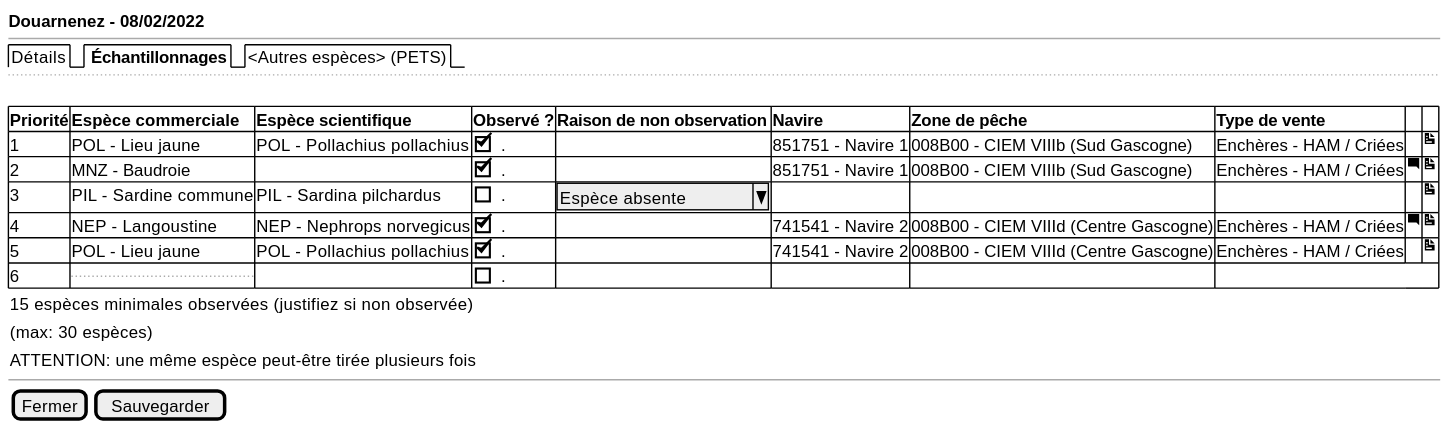
Before: projects/obsvente/spe/images/landings-table.svg, a diagram exported from PlantUML (sumaris-net/sumaris-doc).
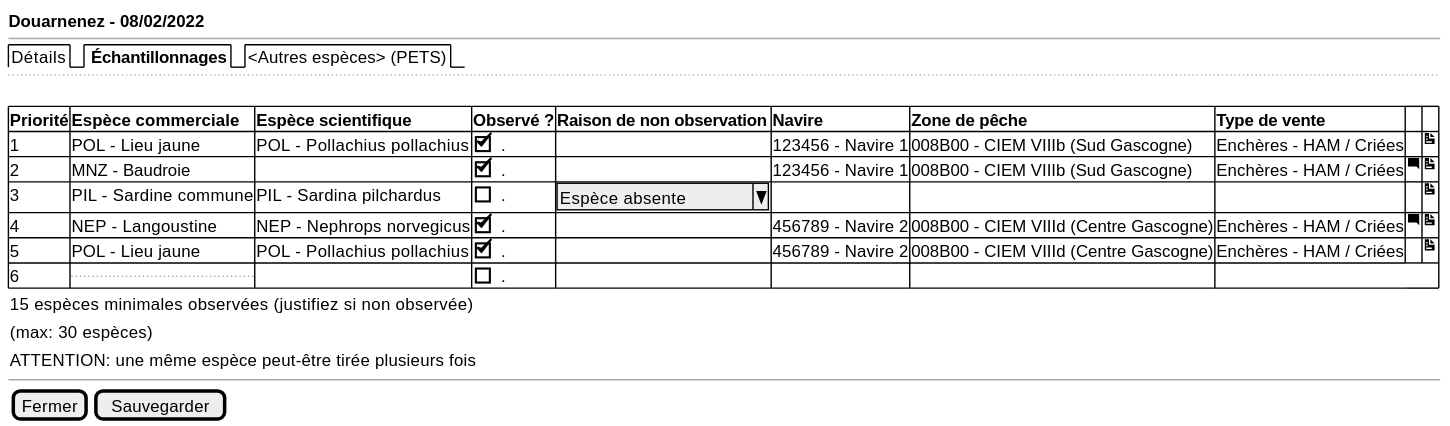
Above is the later version.

Diff of the diagram source:
```diff
@@ -8,11 +8,11 @@
 	{#
 
       <b>Priorité | <b>Espèce commerciale | <b>Espèce scientifique  | <b>Observé ? | <b>Raison de non observation | <b>Navire | <b>Zone de pêche| <b>Type de vente | . | .
-       1 | POL - Lieu jaune | POL - Pollachius pollachius | [X]. | . | 851751 - Navire 1 | 008B00 - CIEM VIIIb (Sud Gascogne) | Enchères - HAM / Criées | . | <&document>
-       2 | MNZ - Baudroie | . |  [X]. | . | 851751 - Navire 1 | 008B00 - CIEM VIIIb (Sud Gascogne) | Enchères - HAM / Criées | <&comment-square> | <&document>
+       1 | POL - Lieu jaune | POL - Pollachius pollachius | [X]. | . | 123456 - Navire 1 | 008B00 - CIEM VIIIb (Sud Gascogne) | Enchères - HAM / Criées | . | <&document>
+       2 | MNZ - Baudroie | . |  [X]. | . | 123456 - Navire 1 | 008B00 - CIEM VIIIb (Sud Gascogne) | Enchères - HAM / Criées | <&comment-square> | <&document>
        3 | PIL - Sardine commune | PIL - Sardina pilchardus | [ ]. | ^ Espèce absente  ^  | . | . | . | . | <&document>
-       4 | NEP - Langoustine | NEP - Nephrops norvegicus | [X]. | . | 741541 - Navire 2 | 008B00 - CIEM VIIId (Centre Gascogne) | Enchères - HAM / Criées | <&comment-square> | <&document>
-       5 | POL - Lieu jaune | POL - Pollachius pollachius | [X]. | . | 741541 - Navire 2 | 008B00 - CIEM VIIId (Centre Gascogne) | Enchères - HAM / Criées | . | <&document>
+       4 | NEP - Langoustine | NEP - Nephrops norvegicus | [X]. | . | 456789 - Navire 2 | 008B00 - CIEM VIIId (Centre Gascogne) | Enchères - HAM / Criées | <&comment-square> | <&document>
+       5 | POL - Lieu jaune | POL - Pollachius pollachius | [X]. | . | 456789 - Navire 2 | 008B00 - CIEM VIIId (Centre Gascogne) | Enchères - HAM / Criées | . | <&document>
        6 | ... | . | [ ] . | . | . | .
 
     }
```
